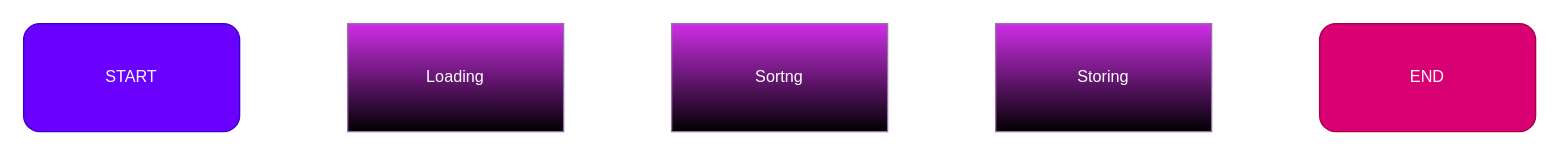
This is Flowchart type.drawio from dbarif/Diagrams.netd_b, a draw.io file, before an edit. Source tidied: cells renumbered, new cells numbered last; positions are measured from the earlier drawing's top-left corner, leaving out a move shared by most shapes. Both pictures are drawn from the tidied source at 135%, with x=0, y=0 at pixel (23, 23).
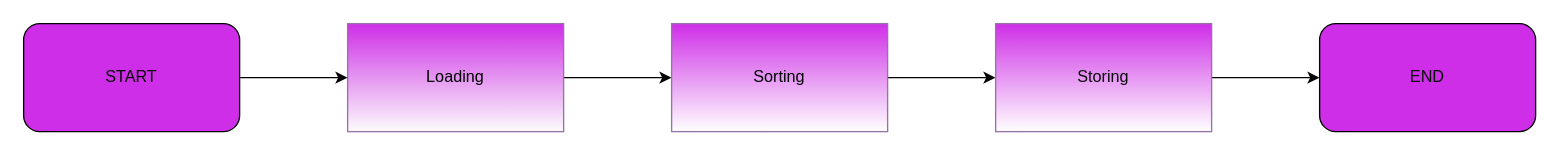
The same diagram, later.

Change to the diagram source:
```diff
@@
 <mxGraphModel>
   <root>
     <mxCell id="0" />
     <mxCell id="1" parent="0" />
-    <mxCell id="2" style="edgeStyle=orthogonalEdgeStyle;rounded=0;jettySize=auto;html=1;strokeColor=#FFFFFF;" parent="1" edge="1" source="3" target="5">
+    <mxCell id="2" style="edgeStyle=orthogonalEdgeStyle;rounded=0;jettySize=auto;html=1;strokeColor=#000000;" parent="1" edge="1" source="3" target="5">
       <mxGeometry relative="1" as="geometry" />
     </mxCell>
-    <mxCell id="3" value="&lt;font color=&quot;#ffffff&quot;&gt;Loading&lt;/font&gt;" style="rounded=0;whiteSpace=wrap;html=1;fillColor=#CE2EE7;strokeColor=#9673a6;gradientColor=default;" parent="1" vertex="1">
+    <mxCell id="3" value="Loading" style="rounded=0;whiteSpace=wrap;html=1;fillColor=#CE2EE7;strokeColor=#9673a6;gradientColor=#FCFCFC;" parent="1" vertex="1">
       <mxGeometry x="240" width="160" height="80" as="geometry" />
     </mxCell>
-    <mxCell id="4" style="edgeStyle=orthogonalEdgeStyle;rounded=0;jettySize=auto;html=1;strokeColor=#FFFFFF;" parent="1" edge="1" source="5" target="7">
+    <mxCell id="4" style="edgeStyle=orthogonalEdgeStyle;rounded=0;jettySize=auto;html=1;strokeColor=#030303;" parent="1" edge="1" source="5" target="7">
       <mxGeometry relative="1" as="geometry" />
     </mxCell>
-    <mxCell id="5" value="&lt;font color=&quot;#ffffff&quot;&gt;Sortng&lt;/font&gt;" style="rounded=0;whiteSpace=wrap;html=1;fillColor=#CE2EE7;strokeColor=#9673a6;gradientColor=default;" parent="1" vertex="1">
+    <mxCell id="5" value="Sorting" style="rounded=0;whiteSpace=wrap;html=1;fillColor=#CE2EE7;strokeColor=#9673a6;gradientColor=#FFFFFF;" parent="1" vertex="1">
       <mxGeometry x="480" width="160" height="80" as="geometry" />
     </mxCell>
-    <mxCell id="6" style="edgeStyle=orthogonalEdgeStyle;rounded=0;jettySize=auto;html=1;strokeColor=#FFFFFF;" parent="1" edge="1" source="7" target="10">
+    <mxCell id="6" style="edgeStyle=orthogonalEdgeStyle;rounded=0;jettySize=auto;html=1;strokeColor=#050505;" parent="1" edge="1" source="7" target="10">
       <mxGeometry relative="1" as="geometry" />
     </mxCell>
-    <mxCell id="7" value="&lt;font color=&quot;#ffffff&quot;&gt;Storing&lt;/font&gt;" style="rounded=0;whiteSpace=wrap;html=1;fillColor=#CE2EE7;strokeColor=#9673a6;gradientColor=default;" parent="1" vertex="1">
+    <mxCell id="7" value="&lt;font color=&quot;#0a0a0a&quot;&gt;Storing&lt;/font&gt;" style="rounded=0;whiteSpace=wrap;html=1;fillColor=#CE2EE7;strokeColor=#9673a6;gradientColor=#FFFFFF;" parent="1" vertex="1">
       <mxGeometry x="720" width="160" height="80" as="geometry" />
     </mxCell>
-    <mxCell id="8" style="edgeStyle=orthogonalEdgeStyle;rounded=0;jettySize=auto;html=1;strokeColor=#FFFFFF;" parent="1" edge="1" source="9" target="3">
+    <mxCell id="8" style="edgeStyle=orthogonalEdgeStyle;rounded=0;jettySize=auto;html=1;strokeColor=#000000;" parent="1" edge="1" source="9" target="3">
       <mxGeometry relative="1" as="geometry" />
     </mxCell>
-    <mxCell id="9" value="&lt;font color=&quot;#ffffff&quot;&gt;START&lt;/font&gt;" style="rounded=1;whiteSpace=wrap;html=1;fillColor=#6a00ff;strokeColor=#3700CC;gradientDirection=south;fontColor=#ffffff;" parent="1" vertex="1">
+    <mxCell id="9" value="&lt;font color=&quot;#030303&quot;&gt;START&lt;/font&gt;" style="rounded=1;whiteSpace=wrap;html=1;fillColor=#CE2EE7;strokeColor=#050505;gradientDirection=south;fontColor=#ffffff;" parent="1" vertex="1">
       <mxGeometry width="160" height="80" as="geometry" />
     </mxCell>
-    <mxCell id="10" value="END" style="rounded=1;whiteSpace=wrap;html=1;fillColor=#d80073;strokeColor=#A50040;align=center;verticalAlign=middle;fontFamily=Helvetica;fontSize=12;fontColor=#ffffff;gradientDirection=south;" parent="1" vertex="1">
+    <mxCell id="10" value="&lt;font color=&quot;#080808&quot;&gt;END&lt;/font&gt;" style="rounded=1;whiteSpace=wrap;html=1;fillColor=#CE2EE7;strokeColor=#030303;align=center;verticalAlign=middle;fontFamily=Helvetica;fontSize=12;fontColor=#ffffff;gradientDirection=south;" parent="1" vertex="1">
       <mxGeometry x="960" width="160" height="80" as="geometry" />
     </mxCell>
   </root>
 </mxGraphModel>
```
